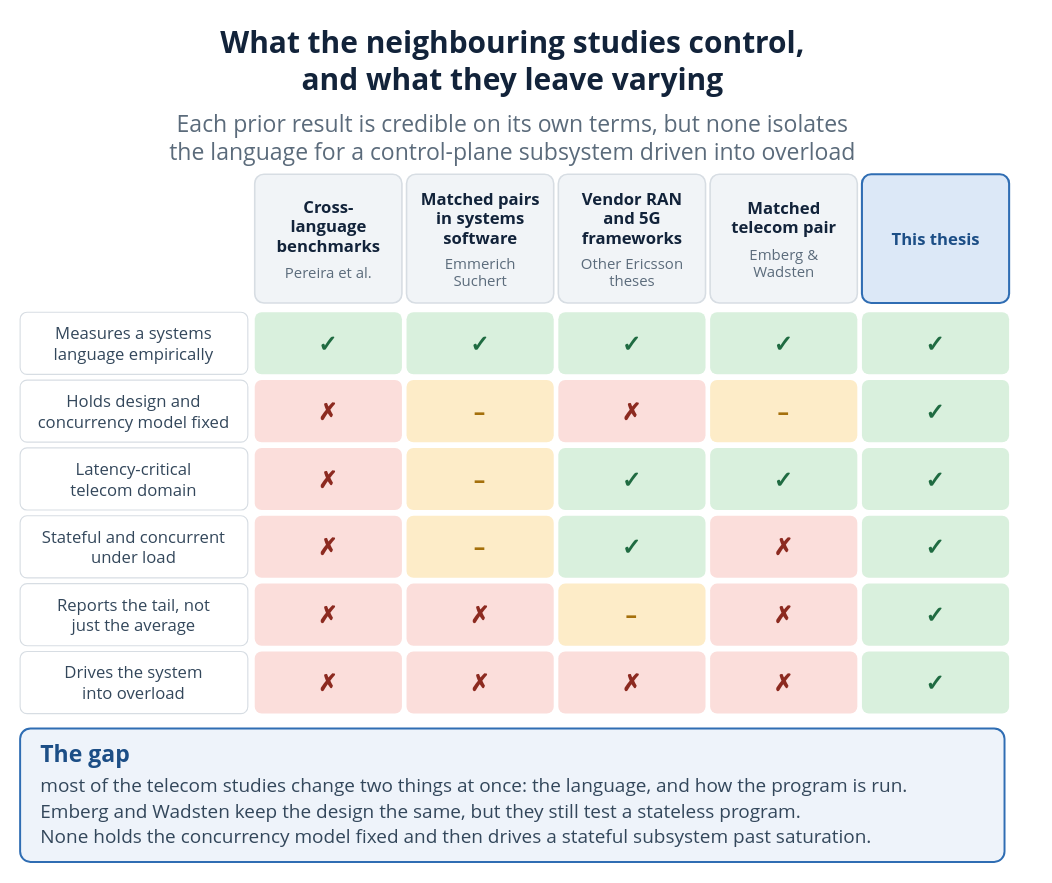
This is diagrams/29_research_gap.drawio from VienThanh12/Master-Thesis, a draw.io file, before an edit. Source tidied: cells renumbered, new cells numbered last; positions are measured from the earlier drawing's top-left corner, leaving out a move shared by most shapes. Both pictures are drawn from the tidied source at 115%, with x=0, y=0 at pixel (20, 18).
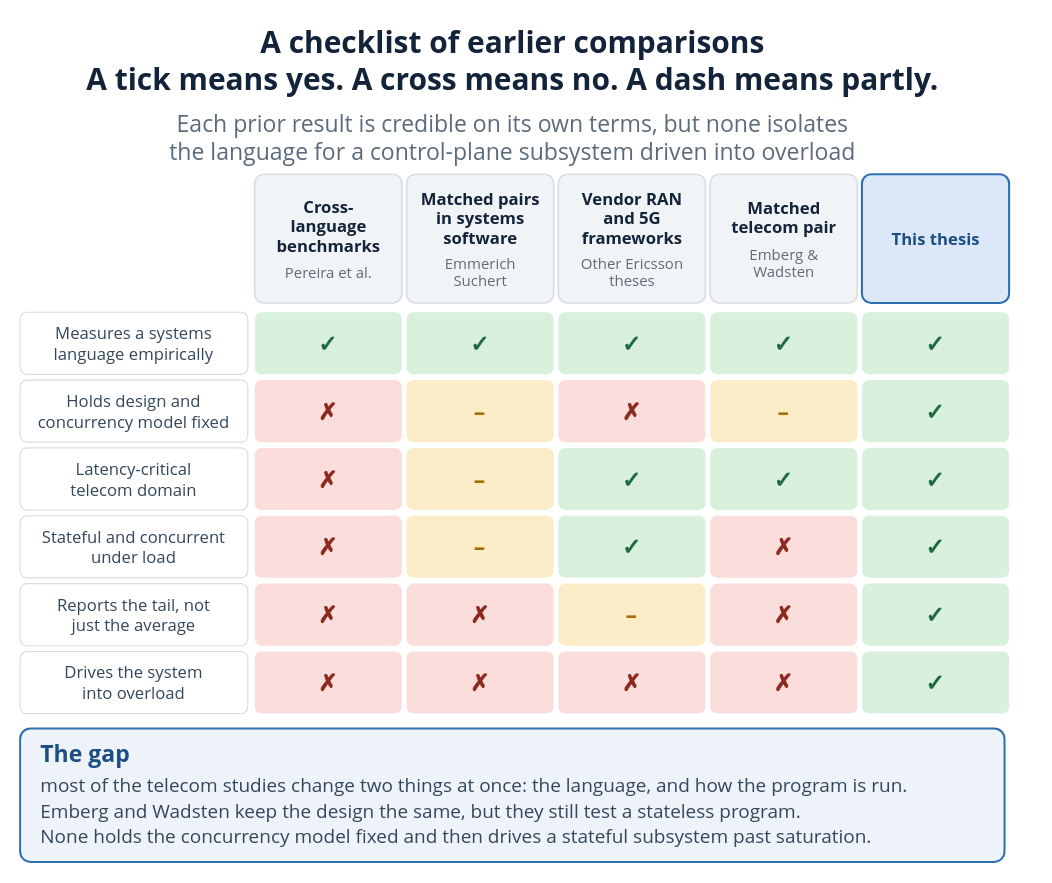
The same page after the edit.

Commit message (it also covers changes not shown here):
updated research gap

What changed in the source:
```diff
@@
-    <mxCell id="2" value="What the neighbouring studies control," style="text;html=1;strokeColor=none;fillColor=none;whiteSpace=nowrap;align=center;verticalAlign=middle;fontSize=26;fontColor=#12233a;fontFamily=Segoe UI;fontStyle=1;" parent="1" vertex="1">
-      <mxGeometry x="158.8" y="0.3" width="538.5" height="39" as="geometry" />
+    <mxCell id="2" value="A checklist of earlier comparisons" style="text;html=1;strokeColor=none;fillColor=none;whiteSpace=nowrap;align=center;verticalAlign=middle;fontSize=26;fontColor=#12233a;fontFamily=Segoe UI;fontStyle=1;" parent="1" vertex="1">
+      <mxGeometry x="187.1" y="0.3" width="481.8" height="39" as="geometry" />
     </mxCell>
-    <mxCell id="3" value="and what they leave varying" style="text;html=1;strokeColor=none;fillColor=none;whiteSpace=nowrap;align=center;verticalAlign=middle;fontSize=26;fontColor=#12233a;fontFamily=Segoe UI;fontStyle=1;" parent="1" vertex="1">
-      <mxGeometry x="236.7" y="32.3" width="382.6" height="39" as="geometry" />
+    <mxCell id="3" value="A tick means yes. A cross means no. A dash means partly." style="text;html=1;strokeColor=none;fillColor=none;whiteSpace=nowrap;align=center;verticalAlign=middle;fontSize=26;fontColor=#12233a;fontFamily=Segoe UI;fontStyle=1;" parent="1" vertex="1">
+      <mxGeometry x="31.2" y="32.3" width="793.5" height="39" as="geometry" />
     </mxCell>
```
